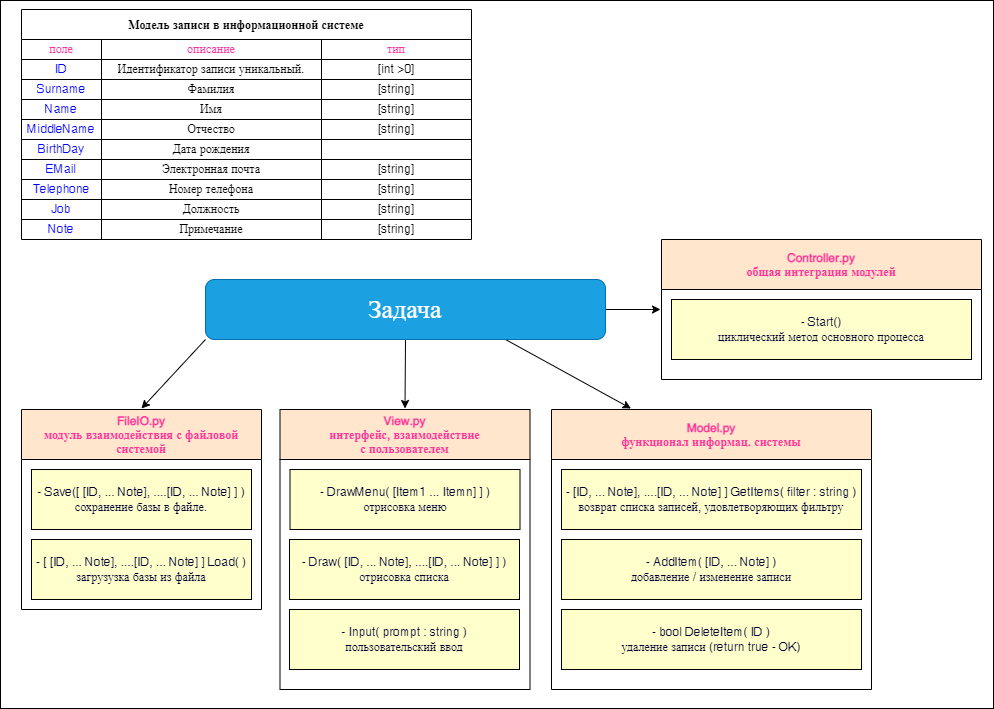
This is Plan.png from dia-zx/PythonTeamWork1, a draw.io export, as it was before one commit. Source tidied: cells renumbered, new cells last; positions are measured from the earlier drawing's top-left corner, leaving out a move shared by most shapes.
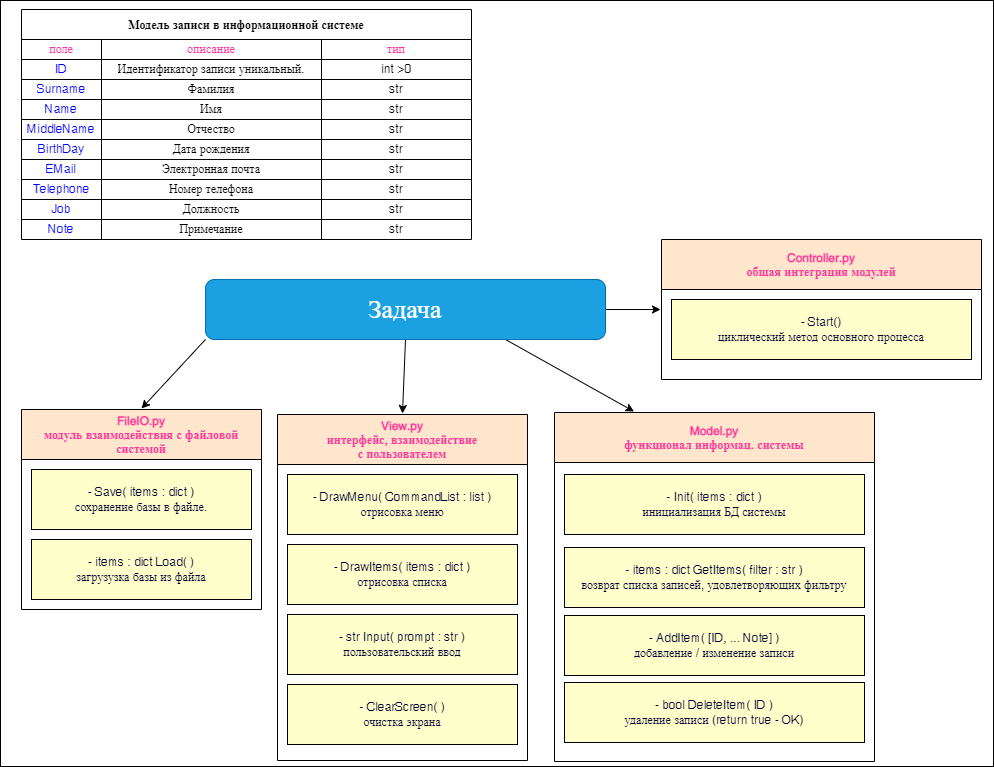
After the commit.

The edit, as a diff of the source:
```diff
@@ -3,7 +3,7 @@
     <mxCell id="0" />
     <mxCell id="1" parent="0" />
     <mxCell id="2" style="rounded=0;shadow=0;glass=0;labelBackgroundColor=none;labelBorderColor=none;sketch=0;fontColor=none;strokeColor=#000000;fillColor=none;noLabel=1;" parent="1" vertex="1">
-      <mxGeometry width="993" height="708" as="geometry" />
+      <mxGeometry width="993" height="766" as="geometry" />
     </mxCell>
     <mxCell id="3" value="Модель записи в информационной системе" style="shape=table;startSize=30;fontStyle=1;align=center;" parent="1" vertex="1">
       <mxGeometry x="21" y="9" width="450" height="230" as="geometry" />
@@ -29,7 +29,7 @@
     <mxCell id="10" value="&lt;span style=&quot;text-align: left;&quot;&gt;Идентификатор записи уникальный.&lt;/span&gt;" style="shape=partialRectangle;html=1;whiteSpace=wrap;fillColor=none;top=0;left=0;bottom=0;right=0;overflow=hidden;fontColor=#000000;" parent="8" vertex="1">
       <mxGeometry x="80" width="220" height="20" as="geometry" />
     </mxCell>
-    <mxCell id="11" value="&lt;span style=&quot;text-align: left;&quot;&gt;[int &amp;gt;0]&lt;/span&gt;" style="shape=partialRectangle;html=1;whiteSpace=wrap;fillColor=none;top=0;left=0;bottom=0;right=0;overflow=hidden;fontColor=#000000;" parent="8" vertex="1">
+    <mxCell id="11" value="&lt;span style=&quot;text-align: left&quot;&gt;int &amp;gt;0&lt;/span&gt;" style="shape=partialRectangle;html=1;whiteSpace=wrap;fillColor=none;top=0;left=0;bottom=0;right=0;overflow=hidden;fontColor=#000000;" parent="8" vertex="1">
       <mxGeometry x="300" width="150" height="20" as="geometry" />
     </mxCell>
     <mxCell id="12" style="shape=partialRectangle;html=1;whiteSpace=wrap;fillColor=none;top=0;left=0;bottom=0;right=0;fontColor=#33FF33;" parent="3" vertex="1">
@@ -41,7 +41,7 @@
     <mxCell id="14" value="&lt;font&gt;Фамилия&lt;/font&gt;" style="shape=partialRectangle;html=1;whiteSpace=wrap;fillColor=none;top=0;left=0;bottom=0;right=0;overflow=hidden;fontColor=#000000;strokeColor=#F0F0F0;" parent="12" vertex="1">
       <mxGeometry x="80" width="220" height="20" as="geometry" />
     </mxCell>
-    <mxCell id="15" value="[string]" style="shape=partialRectangle;html=1;whiteSpace=wrap;fillColor=none;top=0;left=0;bottom=0;right=0;overflow=hidden;fontColor=#000000;strokeColor=#FFFFFF;" parent="12" vertex="1">
+    <mxCell id="15" value="str" style="shape=partialRectangle;html=1;whiteSpace=wrap;fillColor=none;top=0;left=0;bottom=0;right=0;overflow=hidden;fontColor=#000000;strokeColor=#FFFFFF;" parent="12" vertex="1">
       <mxGeometry x="300" width="150" height="20" as="geometry" />
     </mxCell>
     <mxCell id="16" style="shape=partialRectangle;html=1;whiteSpace=wrap;fillColor=none;top=0;left=0;bottom=0;right=0;fontColor=#33FF33;" parent="3" vertex="1">
@@ -53,7 +53,7 @@
     <mxCell id="18" value="Имя" style="shape=partialRectangle;html=1;whiteSpace=wrap;fillColor=none;top=0;left=0;bottom=0;right=0;overflow=hidden;fontColor=#000000;strokeColor=#FFFFFF;" parent="16" vertex="1">
       <mxGeometry x="80" width="220" height="20" as="geometry" />
     </mxCell>
-    <mxCell id="19" value="[string]" style="shape=partialRectangle;html=1;whiteSpace=wrap;fillColor=none;top=0;left=0;bottom=0;right=0;overflow=hidden;fontColor=#000000;strokeColor=#FFFFFF;" parent="16" vertex="1">
+    <mxCell id="19" value="str" style="shape=partialRectangle;html=1;whiteSpace=wrap;fillColor=none;top=0;left=0;bottom=0;right=0;overflow=hidden;fontColor=#000000;strokeColor=#FFFFFF;" parent="16" vertex="1">
       <mxGeometry x="300" width="150" height="20" as="geometry" />
     </mxCell>
     <mxCell id="20" style="shape=partialRectangle;html=1;whiteSpace=wrap;fillColor=none;top=0;left=0;bottom=0;right=0;fontColor=#33FF33;" parent="3" vertex="1">
@@ -65,7 +65,7 @@
     <mxCell id="22" value="Отчество" style="shape=partialRectangle;html=1;whiteSpace=wrap;fillColor=none;top=0;left=0;bottom=0;right=0;overflow=hidden;fontColor=#000000;strokeColor=#FFFFFF;" parent="20" vertex="1">
       <mxGeometry x="80" width="220" height="20" as="geometry" />
     </mxCell>
-    <mxCell id="23" value="&lt;font&gt;[string]&lt;/font&gt;" style="shape=partialRectangle;html=1;whiteSpace=wrap;fillColor=none;top=0;left=0;bottom=0;right=0;overflow=hidden;fontColor=#000000;strokeColor=#FFFFFF;" parent="20" vertex="1">
+    <mxCell id="23" value="&lt;font&gt;str&lt;/font&gt;" style="shape=partialRectangle;html=1;whiteSpace=wrap;fillColor=none;top=0;left=0;bottom=0;right=0;overflow=hidden;fontColor=#000000;strokeColor=#FFFFFF;" parent="20" vertex="1">
       <mxGeometry x="300" width="150" height="20" as="geometry" />
     </mxCell>
     <mxCell id="24" style="shape=partialRectangle;html=1;whiteSpace=wrap;fillColor=none;top=0;left=0;bottom=0;right=0;fontColor=#33FF33;" parent="3" vertex="1">
@@ -77,7 +77,7 @@
     <mxCell id="26" value="Дата рождения" style="shape=partialRectangle;html=1;whiteSpace=wrap;fillColor=none;top=0;left=0;bottom=0;right=0;overflow=hidden;fontColor=#000000;strokeColor=#F0F0F0;" parent="24" vertex="1">
       <mxGeometry x="80" width="220" height="20" as="geometry" />
     </mxCell>
-    <mxCell id="27" style="shape=partialRectangle;html=1;whiteSpace=wrap;fillColor=none;top=0;left=0;bottom=0;right=0;overflow=hidden;fontColor=#000000;strokeColor=#F0F0F0;" parent="24" vertex="1">
+    <mxCell id="27" value="str" style="shape=partialRectangle;html=1;whiteSpace=wrap;fillColor=none;top=0;left=0;bottom=0;right=0;overflow=hidden;fontColor=#000000;strokeColor=#F0F0F0;" parent="24" vertex="1">
       <mxGeometry x="300" width="150" height="20" as="geometry" />
     </mxCell>
     <mxCell id="28" style="shape=partialRectangle;html=1;whiteSpace=wrap;fillColor=none;top=0;left=0;bottom=0;right=0;fontColor=#33FF33;" parent="3" vertex="1">
@@ -89,7 +89,7 @@
     <mxCell id="30" value="Электронная почта" style="shape=partialRectangle;html=1;whiteSpace=wrap;fillColor=none;top=0;left=0;bottom=0;right=0;overflow=hidden;fontColor=#000000;strokeColor=#F0F0F0;" parent="28" vertex="1">
       <mxGeometry x="80" width="220" height="20" as="geometry" />
     </mxCell>
-    <mxCell id="31" value="[string]" style="shape=partialRectangle;html=1;whiteSpace=wrap;fillColor=none;top=0;left=0;bottom=0;right=0;overflow=hidden;fontColor=#000000;strokeColor=#F0F0F0;" parent="28" vertex="1">
+    <mxCell id="31" value="str" style="shape=partialRectangle;html=1;whiteSpace=wrap;fillColor=none;top=0;left=0;bottom=0;right=0;overflow=hidden;fontColor=#000000;strokeColor=#F0F0F0;" parent="28" vertex="1">
       <mxGeometry x="300" width="150" height="20" as="geometry" />
     </mxCell>
     <mxCell id="32" style="shape=partialRectangle;html=1;whiteSpace=wrap;fillColor=none;top=0;left=0;bottom=0;right=0;fontColor=#33FF33;" parent="3" vertex="1">
@@ -101,7 +101,7 @@
     <mxCell id="34" value="Номер телефона" style="shape=partialRectangle;html=1;whiteSpace=wrap;fillColor=none;top=0;left=0;bottom=0;right=0;overflow=hidden;fontColor=#000000;strokeColor=#F0F0F0;" parent="32" vertex="1">
       <mxGeometry x="80" width="220" height="20" as="geometry" />
     </mxCell>
-    <mxCell id="35" value="[string]" style="shape=partialRectangle;html=1;whiteSpace=wrap;fillColor=none;top=0;left=0;bottom=0;right=0;overflow=hidden;fontColor=#000000;strokeColor=#F0F0F0;" parent="32" vertex="1">
+    <mxCell id="35" value="str" style="shape=partialRectangle;html=1;whiteSpace=wrap;fillColor=none;top=0;left=0;bottom=0;right=0;overflow=hidden;fontColor=#000000;strokeColor=#F0F0F0;" parent="32" vertex="1">
       <mxGeometry x="300" width="150" height="20" as="geometry" />
     </mxCell>
     <mxCell id="36" style="shape=partialRectangle;html=1;whiteSpace=wrap;fillColor=none;top=0;left=0;bottom=0;right=0;fontColor=#33FF33;" parent="3" vertex="1">
@@ -113,7 +113,7 @@
     <mxCell id="38" value="Должность" style="shape=partialRectangle;html=1;whiteSpace=wrap;fillColor=none;top=0;left=0;bottom=0;right=0;overflow=hidden;fontColor=#000000;strokeColor=#F0F0F0;" parent="36" vertex="1">
       <mxGeometry x="80" width="220" height="20" as="geometry" />
     </mxCell>
-    <mxCell id="39" value="[string]" style="shape=partialRectangle;html=1;whiteSpace=wrap;fillColor=none;top=0;left=0;bottom=0;right=0;overflow=hidden;fontColor=#000000;strokeColor=#F0F0F0;" parent="36" vertex="1">
+    <mxCell id="39" value="str" style="shape=partialRectangle;html=1;whiteSpace=wrap;fillColor=none;top=0;left=0;bottom=0;right=0;overflow=hidden;fontColor=#000000;strokeColor=#F0F0F0;" parent="36" vertex="1">
       <mxGeometry x="300" width="150" height="20" as="geometry" />
     </mxCell>
     <mxCell id="40" style="shape=partialRectangle;html=1;whiteSpace=wrap;fillColor=none;top=0;left=0;bottom=0;right=0;fontColor=#33FF33;" parent="3" vertex="1">
@@ -125,16 +125,16 @@
     <mxCell id="42" value="Примечание" style="shape=partialRectangle;html=1;whiteSpace=wrap;fillColor=none;top=0;left=0;bottom=0;right=0;overflow=hidden;fontColor=#000000;strokeColor=#F0F0F0;" parent="40" vertex="1">
       <mxGeometry x="80" width="220" height="20" as="geometry" />
     </mxCell>
-    <mxCell id="43" value="[string]" style="shape=partialRectangle;html=1;whiteSpace=wrap;fillColor=none;top=0;left=0;bottom=0;right=0;overflow=hidden;fontColor=#000000;strokeColor=#F0F0F0;" parent="40" vertex="1">
+    <mxCell id="43" value="str" style="shape=partialRectangle;html=1;whiteSpace=wrap;fillColor=none;top=0;left=0;bottom=0;right=0;overflow=hidden;fontColor=#000000;strokeColor=#F0F0F0;" parent="40" vertex="1">
       <mxGeometry x="300" width="150" height="20" as="geometry" />
     </mxCell>
     <mxCell id="44" value="FileIO.py&#10;модуль взаимодействия с файловой&#10;системой" style="swimlane;fontColor=#FF3399;strokeColor=#000000;startSize=50;perimeterSpacing=1;labelBackgroundColor=none;fillColor=#FFE6CC;" parent="1" vertex="1">
       <mxGeometry x="21" y="409" width="240" height="200" as="geometry" />
     </mxCell>
-    <mxCell id="45" value="&lt;font&gt;- Save([ [ID, ... Note], ....[ID, ... Note] ] )&lt;br&gt;сохранение базы в файле.&lt;/font&gt;" style="whiteSpace=wrap;html=1;fontColor=#000033;strokeColor=#000000;fillColor=#FFFFCC;" parent="44" vertex="1">
+    <mxCell id="45" value="&lt;font&gt;- Save( items : dict )&lt;br&gt;сохранение базы в файле.&lt;/font&gt;" style="whiteSpace=wrap;html=1;fontColor=#000033;strokeColor=#000000;fillColor=#FFFFCC;" parent="44" vertex="1">
       <mxGeometry x="10" y="60" width="220" height="60" as="geometry" />
     </mxCell>
-    <mxCell id="46" value="&lt;font&gt;- [ [ID, ... Note], ....[ID, ... Note] ]&amp;nbsp;Load( )&lt;br&gt;загрузузка базы из файла&lt;/font&gt;" style="whiteSpace=wrap;html=1;fontColor=#000033;strokeColor=#000000;fillColor=#FFFFCC;" parent="44" vertex="1">
+    <mxCell id="46" value="&lt;font&gt;- items : dict Load( )&lt;br&gt;загрузузка базы из файла&lt;/font&gt;" style="whiteSpace=wrap;html=1;fontColor=#000033;strokeColor=#000000;fillColor=#FFFFCC;" parent="44" vertex="1">
       <mxGeometry x="10" y="130" width="220" height="60" as="geometry" />
     </mxCell>
     <mxCell id="47" style="edgeStyle=none;html=1;exitX=0;exitY=1;exitDx=0;exitDy=0;entryX=0.5;entryY=0;entryDx=0;entryDy=0;fontColor=#FFFFFF;strokeColor=#000000;" parent="1" edge="1" source="51" target="44">
@@ -153,29 +153,35 @@
       <mxGeometry x="205" y="279" width="400" height="60" as="geometry" />
     </mxCell>
     <mxCell id="52" value="View.py&#10;интерфейс, взаимодействие&#10;с пользователем" style="swimlane;fontColor=#FF3399;strokeColor=#000000;startSize=50;labelBackgroundColor=none;labelBorderColor=none;swimlaneFillColor=none;perimeterSpacing=1;swimlaneLine=1;glass=0;rounded=0;shadow=0;sketch=0;fillColor=#FFE6CC;" parent="1" vertex="1">
-      <mxGeometry x="279.5" y="409" width="250" height="280" as="geometry" />
+      <mxGeometry x="277" y="414" width="250" height="346" as="geometry" />
     </mxCell>
-    <mxCell id="53" value="&lt;font&gt;- DrawMenu(&amp;nbsp;&lt;/font&gt;&lt;span style=&quot;&quot;&gt;[Item1 ... Itemn] ]&amp;nbsp;&lt;/span&gt;&lt;font&gt;)&lt;br&gt;отрисовка меню&lt;br&gt;&lt;/font&gt;" style="whiteSpace=wrap;html=1;fontColor=#000033;strokeColor=#000000;fillColor=#FFFFCC;" parent="52" vertex="1">
+    <mxCell id="53" value="&lt;font&gt;- DrawMenu(&amp;nbsp;CommandList : list&lt;/font&gt;&lt;span&gt;&amp;nbsp;&lt;/span&gt;&lt;font&gt;)&lt;br&gt;отрисовка меню&lt;br&gt;&lt;/font&gt;" style="whiteSpace=wrap;html=1;fontColor=#000033;strokeColor=#000000;fillColor=#FFFFCC;" parent="52" vertex="1">
       <mxGeometry x="10" y="60" width="230" height="60" as="geometry" />
     </mxCell>
-    <mxCell id="54" value="&lt;font&gt;- Draw(&amp;nbsp;&lt;/font&gt;&lt;span style=&quot;&quot;&gt;[ID, ... Note], ....[ID, ... Note] ]&amp;nbsp;&lt;/span&gt;&lt;font&gt;)&lt;br&gt;отрисовка списка&lt;br&gt;&lt;/font&gt;" style="whiteSpace=wrap;html=1;fontColor=#000033;strokeColor=#000000;fillColor=#FFFFCC;" parent="52" vertex="1">
-      <mxGeometry x="9.5" y="130" width="230" height="60" as="geometry" />
+    <mxCell id="54" value="&lt;font&gt;- DrawItems( items : dict&lt;/font&gt;&lt;span&gt;&amp;nbsp;&lt;/span&gt;&lt;font&gt;)&lt;br&gt;отрисовка списка&lt;br&gt;&lt;/font&gt;" style="whiteSpace=wrap;html=1;fontColor=#000033;strokeColor=#000000;fillColor=#FFFFCC;" parent="52" vertex="1">
+      <mxGeometry x="10" y="130" width="230" height="60" as="geometry" />
     </mxCell>
-    <mxCell id="55" value="&lt;font&gt;- Input( prompt : string&lt;/font&gt;&lt;span style=&quot;&quot;&gt;&amp;nbsp;&lt;/span&gt;&lt;font&gt;)&lt;br&gt;пользовательский ввод&lt;br&gt;&lt;/font&gt;" style="whiteSpace=wrap;html=1;fontColor=#000033;strokeColor=#000000;fillColor=#FFFFCC;" parent="52" vertex="1">
-      <mxGeometry x="9.5" y="200" width="230" height="60" as="geometry" />
+    <mxCell id="55" value="&lt;font&gt;- str Input( prompt : str&lt;/font&gt;&lt;span&gt;&amp;nbsp;&lt;/span&gt;&lt;font&gt;)&lt;br&gt;пользовательский ввод&lt;br&gt;&lt;/font&gt;" style="whiteSpace=wrap;html=1;fontColor=#000033;strokeColor=#000000;fillColor=#FFFFCC;" parent="52" vertex="1">
+      <mxGeometry x="10" y="200" width="230" height="60" as="geometry" />
     </mxCell>
+    <mxCell id="62" value="&lt;font&gt;- ClearScreen( &lt;/font&gt;&lt;font&gt;)&lt;br&gt;очистка экрана&lt;br&gt;&lt;/font&gt;" style="whiteSpace=wrap;html=1;fontColor=#000033;strokeColor=#000000;fillColor=#FFFFCC;" parent="52" vertex="1">
+      <mxGeometry x="10" y="270" width="230" height="60" as="geometry" />
+    </mxCell>
     <mxCell id="56" value="Model.py&#10;функционал информац. системы" style="swimlane;fontColor=#FF3399;strokeColor=#000000;startSize=50;perimeterSpacing=1;fillColor=#FFE6CC;" parent="1" vertex="1">
-      <mxGeometry x="551" y="409" width="320" height="280" as="geometry" />
+      <mxGeometry x="554" y="412" width="320" height="349" as="geometry" />
     </mxCell>
-    <mxCell id="57" value="&lt;font&gt;-&amp;nbsp;&lt;/font&gt;&lt;span style=&quot;&quot;&gt;[ID, ... Note], ....[ID, ... Note] ]&lt;/span&gt;&lt;font&gt;&amp;nbsp;GetItems( filter : string&lt;/font&gt;&lt;span style=&quot;&quot;&gt;&amp;nbsp;&lt;/span&gt;&lt;font&gt;)&lt;br&gt;возврат списка записей, удовлетворяющих фильтру&lt;br&gt;&lt;/font&gt;" style="whiteSpace=wrap;html=1;fontColor=#000033;strokeColor=#000000;fillColor=#FFFFCC;" parent="56" vertex="1">
-      <mxGeometry x="10" y="60" width="300" height="60" as="geometry" />
+    <mxCell id="57" value="&lt;font&gt;- items : dict&lt;/font&gt;&lt;font&gt;&amp;nbsp;GetItems( filter : str&lt;/font&gt;&lt;span&gt;&amp;nbsp;&lt;/span&gt;&lt;font&gt;)&lt;br&gt;возврат списка записей, удовлетворяющих фильтру&lt;br&gt;&lt;/font&gt;" style="whiteSpace=wrap;html=1;fontColor=#000033;strokeColor=#000000;fillColor=#FFFFCC;" parent="56" vertex="1">
+      <mxGeometry x="10" y="135" width="300" height="60" as="geometry" />
     </mxCell>
     <mxCell id="58" value="&lt;font&gt;- Add&lt;/font&gt;&lt;font&gt;Item(&amp;nbsp;&lt;/font&gt;&lt;span style=&quot;&quot;&gt;[ID, ... Note]&lt;/span&gt;&lt;span style=&quot;&quot;&gt;&amp;nbsp;&lt;/span&gt;&lt;font&gt;)&lt;br&gt;добавление / изменение записи&lt;br&gt;&lt;/font&gt;" style="whiteSpace=wrap;html=1;fontColor=#000033;strokeColor=#000000;fillColor=#FFFFCC;" parent="56" vertex="1">
-      <mxGeometry x="10" y="130" width="300" height="60" as="geometry" />
+      <mxGeometry x="10" y="203" width="300" height="60" as="geometry" />
     </mxCell>
     <mxCell id="59" value="&lt;font&gt;- bool Delete&lt;/font&gt;&lt;font&gt;Item(&amp;nbsp;&lt;/font&gt;&lt;span style=&quot;&quot;&gt;ID&lt;/span&gt;&lt;span style=&quot;&quot;&gt;&amp;nbsp;&lt;/span&gt;&lt;font&gt;)&lt;br&gt;удаление записи (return true - OK)&lt;br&gt;&lt;/font&gt;" style="whiteSpace=wrap;html=1;fontColor=#000033;strokeColor=#000000;fillColor=#FFFFCC;" parent="56" vertex="1">
-      <mxGeometry x="10" y="200" width="300" height="60" as="geometry" />
+      <mxGeometry x="10" y="270" width="300" height="60" as="geometry" />
     </mxCell>
+    <mxCell id="63" value="&lt;font&gt;- Init&lt;/font&gt;&lt;font&gt;( items : dict&lt;/font&gt;&lt;span&gt;&amp;nbsp;&lt;/span&gt;&lt;font&gt;)&lt;br&gt;инициализация БД системы&lt;br&gt;&lt;/font&gt;" style="whiteSpace=wrap;html=1;fontColor=#000033;strokeColor=#000000;fillColor=#FFFFCC;" parent="56" vertex="1">
+      <mxGeometry x="10" y="62" width="300" height="60" as="geometry" />
+    </mxCell>
     <mxCell id="60" value="Controller.py&#10;общая интеграция модулей" style="swimlane;fontColor=#FF3399;strokeColor=#000000;startSize=50;perimeterSpacing=1;labelBackgroundColor=none;fillColor=#FFE6CC;" parent="1" vertex="1">
       <mxGeometry x="661" y="239" width="320" height="140" as="geometry" />
     </mxCell>
```
